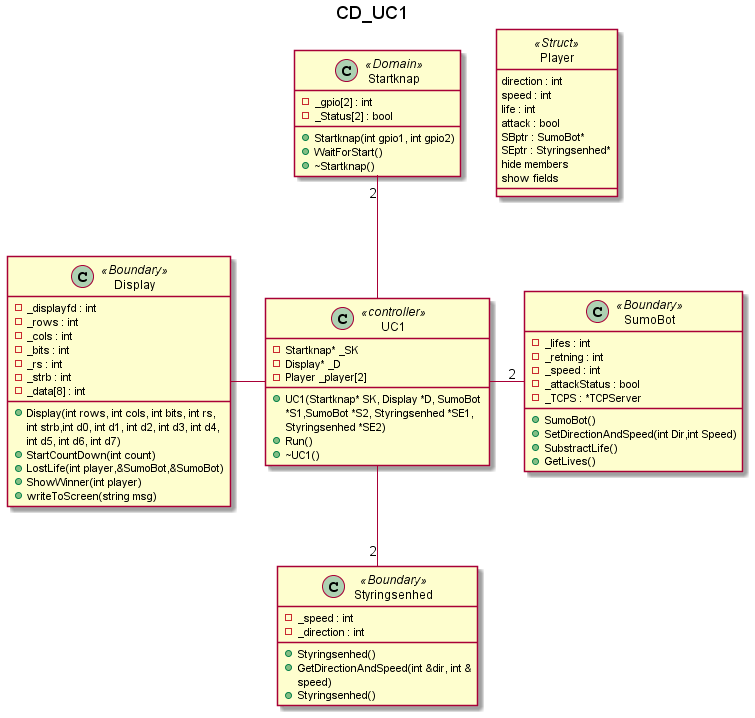
This is Diagrammer/CentralComputer/ClassDiagram/ClassDiagram/CD_UC1.png from Solvgraa-mager/E3PRJ3, a PlantUML export, as it was before one commit.
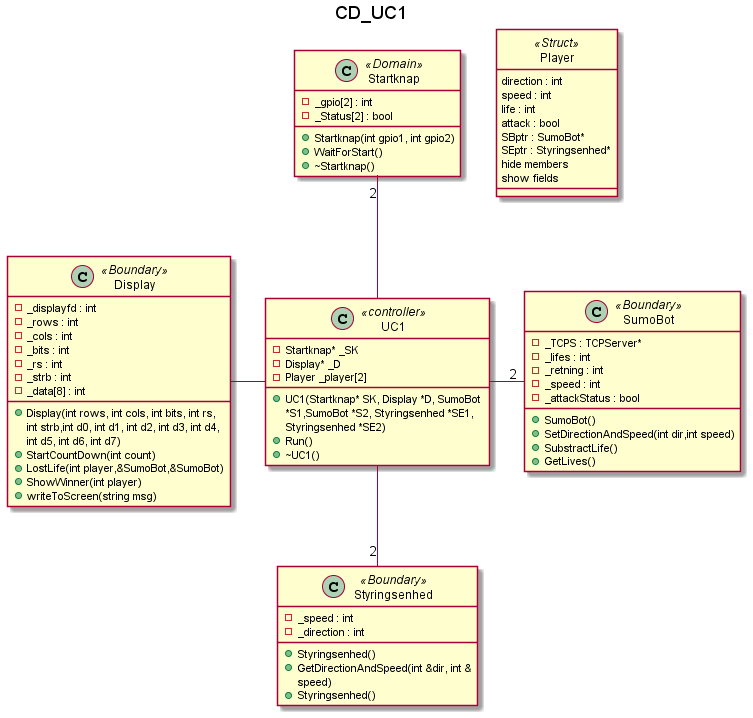
After the commit.

The edit, as a diff of the source:
```diff
@@ -37,15 +37,16 @@
 }
 
 class SumoBot <<Boundary>>{
+    - _TCPS : TCPServer*
     - _lifes : int
     -_retning : int
     -_speed : int
     -_attackStatus : bool
+
     +SumoBot()
-    +SetDirectionAndSpeed(int Dir,int Speed)
+    +SetDirectionAndSpeed(int dir,int speed)
     +SubstractLife()
     +GetLives()
-    - _TCPS : *TCPServer
 }
 class Styringsenhed <<Boundary>>{
    - _speed : int
```
